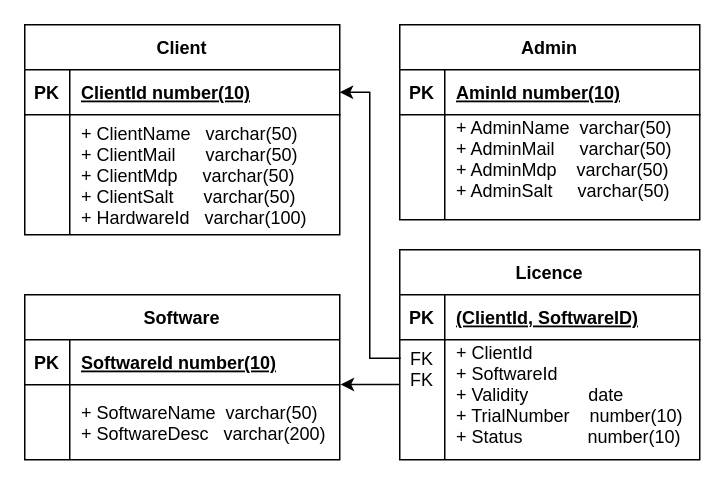
Before: docs/DAT/drawio/SQL_table.drawio in AlexisOsmont/Protection_et_gestion_des_licences, a draw.io diagram. Source tidied: cells renumbered, new cells numbered last; positions are measured from the earlier drawing's top-left corner, leaving out a move shared by most shapes. Both pictures are drawn from the tidied source at 150%, with x=0, y=0 at pixel (24, 24).
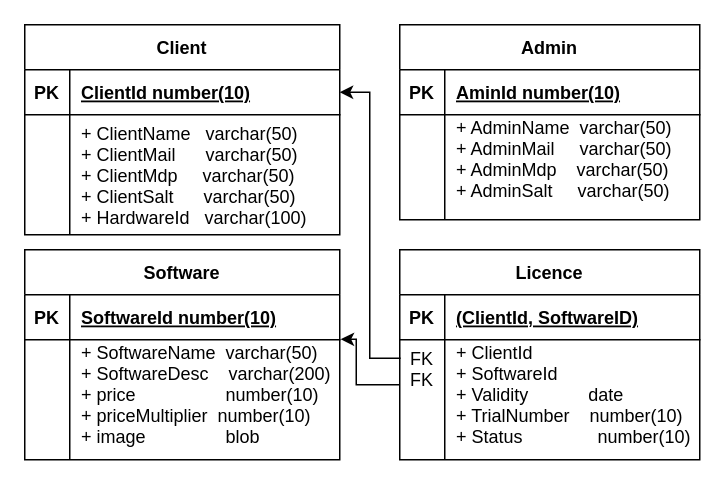
The same diagram, later.

Commit message (it also covers changes not shown here):
modification tables SQL dans les documents

The change refers to these unchanged cells:
```xml
<mxCell id="20" style="shape=partialRectangle;fillColor=none;points=[[0,0.5],[1,0.5]];portConstraint=eastwest;top=0;left=0;right=0;bottom=0;" parent="16" vertex="1">
  <mxGeometry y="60" width="200" height="80" as="geometry" />
</mxCell>
```

The edit, as a diff of the source:
```diff
@@
     <mxCell id="9" value="Software" style="shape=table;startSize=30;childLayout=tableLayout;rowLines=0;fontStyle=1;align=center;" parent="1" vertex="1">
-      <mxGeometry y="180" width="210" height="110" as="geometry" />
+      <mxGeometry y="150" width="210" height="140" as="geometry" />
     </mxCell>
@@
     <mxCell id="13" style="shape=partialRectangle;fillColor=none;points=[[0,0.5],[1,0.5]];portConstraint=eastwest;top=0;left=0;right=0;bottom=0;" parent="9" vertex="1">
-      <mxGeometry y="60" width="210" height="50" as="geometry" />
+      <mxGeometry y="60" width="210" height="80" as="geometry" />
     </mxCell>
     <mxCell id="14" style="shape=partialRectangle;overflow=hidden;fillColor=none;top=0;left=0;bottom=0;right=0;" parent="13" vertex="1">
-      <mxGeometry width="30" height="50" as="geometry" />
+      <mxGeometry width="30" height="80" as="geometry" />
     </mxCell>
-    <mxCell id="15" value="+ SoftwareName  varchar(50)   &#10;+ SoftwareDesc   varchar(200) " style="shape=partialRectangle;overflow=hidden;fillColor=none;top=0;left=0;bottom=0;right=0;align=left;spacingLeft=6;verticalAlign=middle;" parent="13" vertex="1">
-      <mxGeometry x="30" width="180" height="50" as="geometry" />
+    <mxCell id="15" value="+ SoftwareName  varchar(50)   &#10;+ SoftwareDesc    varchar(200) &#10;+ price                  number(10)&#10;+ priceMultiplier  number(10)&#10;+ image                blob &#10;" style="shape=partialRectangle;overflow=hidden;fillColor=none;top=0;left=0;bottom=0;right=0;align=left;spacingLeft=6;verticalAlign=middle;" parent="13" vertex="1">
+      <mxGeometry x="30" width="180" height="80" as="geometry" />
     </mxCell>
@@
-    <mxCell id="22" value="+ ClientId&#10;+ SoftwareId&#10;+ Validity            date              &#10;+ TrialNumber    number(10) &#10;+ Status             number(10) &#10;" style="shape=partialRectangle;overflow=hidden;fillColor=none;top=0;left=0;bottom=0;right=0;align=left;spacingLeft=6;verticalAlign=middle;" parent="20" vertex="1">
+    <mxCell id="22" value="+ ClientId&#10;+ SoftwareId&#10;+ Validity            date              &#10;+ TrialNumber    number(10) &#10;+ Status               number(10) &#10;" style="shape=partialRectangle;overflow=hidden;fillColor=none;top=0;left=0;bottom=0;right=0;align=left;spacingLeft=6;verticalAlign=middle;" parent="20" vertex="1">
       <mxGeometry x="30" width="170" height="80" as="geometry" />
     </mxCell>
```
